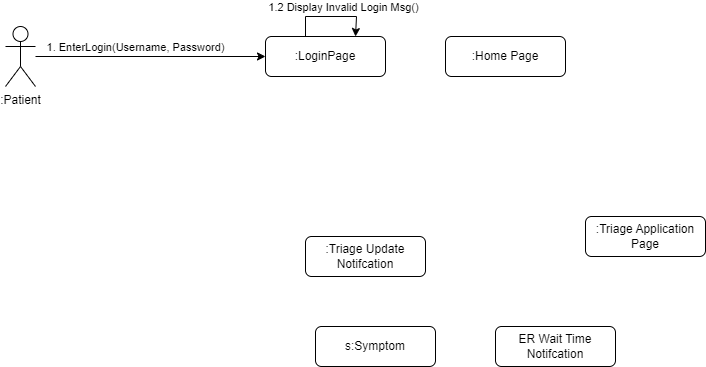
Above: Milestone2/Diagrams/pngs/CollaborativeDiagram.drawio.png in SENG-350-2024-fall/Team5 (draw.io), before the change. Source tidied: cells renumbered, new cells last; positions are measured from the earlier drawing's top-left corner, leaving out a move shared by most shapes.
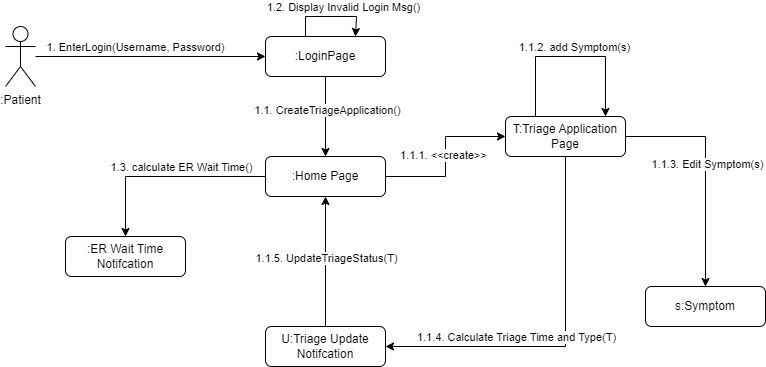
The same file after the commit.

What changed in the source:
```diff
@@ -21,28 +21,87 @@
         </Array>
       </mxGeometry>
     </mxCell>
-    <mxCell id="6" value="1.2 Display Invalid Login Msg()" style="edgeLabel;html=1;align=center;verticalAlign=middle;" parent="5" vertex="1">
+    <mxCell id="6" value="1.2. Display Invalid Login Msg()" style="edgeLabel;html=1;align=center;verticalAlign=middle;" parent="5" vertex="1">
       <mxGeometry x="0.25" y="3" relative="1" as="geometry">
         <mxPoint y="-7" as="offset" />
       </mxGeometry>
     </mxCell>
+    <mxCell id="13" style="edgeStyle=orthogonalEdgeStyle;rounded=0;jettySize=auto;html=1;entryX=0;entryY=0.5;entryDx=0;entryDy=0;exitX=1;exitY=0.5;exitDx=0;exitDy=0;" parent="1" edge="1" source="12" target="8">
+      <mxGeometry relative="1" as="geometry" />
+    </mxCell>
+    <mxCell id="14" value="1.1.1. &amp;lt;&amp;lt;create&amp;gt;&amp;gt;" style="edgeLabel;html=1;align=center;verticalAlign=middle;" parent="13" vertex="1">
+      <mxGeometry x="-0.06" y="3" relative="1" as="geometry">
+        <mxPoint y="-7" as="offset" />
+      </mxGeometry>
+    </mxCell>
     <mxCell id="7" value=":LoginPage" style="rounded=1;whiteSpace=wrap;html=1;fontSize=12;glass=0;strokeWidth=1;shadow=0;" parent="1" vertex="1">
       <mxGeometry x="260" y="20" width="120" height="40" as="geometry" />
     </mxCell>
+    <mxCell id="15" style="edgeStyle=orthogonalEdgeStyle;rounded=0;orthogonalLoop=1;jettySize=auto;html=1;entryX=0.833;entryY=0;entryDx=0;entryDy=0;entryPerimeter=0;" parent="1" edge="1" source="8" target="8">
+      <mxGeometry relative="1" as="geometry">
+        <Array as="points">
+          <mxPoint x="530" y="40" />
+          <mxPoint x="600" y="40" />
+        </Array>
+      </mxGeometry>
+    </mxCell>
+    <mxCell id="16" value="1.1.2. add Symptom(s)" style="edgeLabel;html=1;align=center;verticalAlign=middle;" parent="15" vertex="1">
+      <mxGeometry x="-0.16" y="-1" relative="1" as="geometry">
+        <mxPoint x="19" y="-11" as="offset" />
+      </mxGeometry>
+    </mxCell>
+    <mxCell id="17" style="edgeStyle=orthogonalEdgeStyle;rounded=0;jettySize=auto;html=1;entryX=0.5;entryY=0;entryDx=0;entryDy=0;" parent="1" edge="1" source="8" target="11">
+      <mxGeometry relative="1" as="geometry" />
+    </mxCell>
+    <mxCell id="18" value="1.1.3. Edit Symptom(s)" style="edgeLabel;html=1;align=center;verticalAlign=middle;" parent="17" vertex="1">
+      <mxGeometry x="-0.07" y="1" relative="1" as="geometry" />
+    </mxCell>
+    <mxCell id="19" style="edgeStyle=orthogonalEdgeStyle;rounded=0;jettySize=auto;html=1;entryX=1;entryY=0.5;entryDx=0;entryDy=0;" parent="1" edge="1" source="8" target="10">
+      <mxGeometry relative="1" as="geometry">
+        <Array as="points">
+          <mxPoint x="560" y="330" />
+        </Array>
+      </mxGeometry>
+    </mxCell>
+    <mxCell id="20" value="1.1.4. Calculate Triage Time and Type(T)" style="edgeLabel;html=1;align=center;verticalAlign=middle;" parent="19" vertex="1">
+      <mxGeometry x="0.43" y="-2" relative="1" as="geometry">
+        <mxPoint x="25" y="-8" as="offset" />
+      </mxGeometry>
+    </mxCell>
-    <mxCell id="8" value=":Triage Application Page" style="rounded=1;whiteSpace=wrap;html=1;fontSize=12;glass=0;strokeWidth=1;shadow=0;" parent="1" vertex="1">
-      <mxGeometry x="580" y="200" width="120" height="40" as="geometry" />
+    <mxCell id="8" value="T:Triage Application Page" style="rounded=1;whiteSpace=wrap;html=1;fontSize=12;glass=0;strokeWidth=1;shadow=0;" parent="1" vertex="1">
+      <mxGeometry x="500" y="100" width="120" height="40" as="geometry" />
     </mxCell>
-    <mxCell id="9" value="ER Wait Time Notifcation" style="rounded=1;whiteSpace=wrap;html=1;fontSize=12;glass=0;strokeWidth=1;shadow=0;" parent="1" vertex="1">
-      <mxGeometry x="490" y="310" width="120" height="40" as="geometry" />
+    <mxCell id="9" value=":ER Wait Time Notifcation" style="rounded=1;whiteSpace=wrap;html=1;fontSize=12;glass=0;strokeWidth=1;shadow=0;" parent="1" vertex="1">
+      <mxGeometry x="60" y="220" width="120" height="40" as="geometry" />
     </mxCell>
+    <mxCell id="21" style="edgeStyle=orthogonalEdgeStyle;rounded=0;jettySize=auto;html=1;entryX=0.5;entryY=1;entryDx=0;entryDy=0;" parent="1" edge="1" source="10" target="12">
+      <mxGeometry relative="1" as="geometry" />
+    </mxCell>
+    <mxCell id="22" value="1.1.5. UpdateTriageStatus(T)" style="edgeLabel;html=1;align=center;verticalAlign=middle;" parent="21" vertex="1">
+      <mxGeometry x="0.06" relative="1" as="geometry" />
+    </mxCell>
-    <mxCell id="10" value=":Triage Update Notifcation" style="rounded=1;whiteSpace=wrap;html=1;fontSize=12;glass=0;strokeWidth=1;shadow=0;" parent="1" vertex="1">
-      <mxGeometry x="300" y="220" width="120" height="40" as="geometry" />
+    <mxCell id="10" value="U:Triage Update Notifcation" style="rounded=1;whiteSpace=wrap;html=1;fontSize=12;glass=0;strokeWidth=1;shadow=0;" parent="1" vertex="1">
+      <mxGeometry x="260" y="310" width="120" height="40" as="geometry" />
     </mxCell>
     <mxCell id="11" value="s:Symptom" style="rounded=1;whiteSpace=wrap;html=1;fontSize=12;glass=0;strokeWidth=1;shadow=0;" parent="1" vertex="1">
-      <mxGeometry x="310" y="310" width="120" height="40" as="geometry" />
+      <mxGeometry x="640" y="270" width="120" height="40" as="geometry" />
     </mxCell>
+    <mxCell id="23" style="edgeStyle=orthogonalEdgeStyle;rounded=0;jettySize=auto;html=1;entryX=0.5;entryY=0;entryDx=0;entryDy=0;" parent="1" edge="1" source="12" target="9">
+      <mxGeometry relative="1" as="geometry" />
+    </mxCell>
+    <mxCell id="24" value="1.3. calculate ER Wait Time()" style="edgeLabel;html=1;align=center;verticalAlign=middle;" parent="23" vertex="1">
+      <mxGeometry x="0.1" y="2" relative="1" as="geometry">
+        <mxPoint x="25" y="-12" as="offset" />
+      </mxGeometry>
+    </mxCell>
     <mxCell id="12" value=":Home Page" style="rounded=1;whiteSpace=wrap;html=1;fontSize=12;glass=0;strokeWidth=1;shadow=0;" parent="1" vertex="1">
-      <mxGeometry x="440" y="20" width="120" height="40" as="geometry" />
+      <mxGeometry x="260" y="140" width="120" height="40" as="geometry" />
     </mxCell>
+    <mxCell id="25" style="edgeStyle=orthogonalEdgeStyle;rounded=0;jettySize=auto;html=1;entryX=0.5;entryY=0;entryDx=0;entryDy=0;" parent="1" edge="1" source="7" target="12">
+      <mxGeometry relative="1" as="geometry" />
+    </mxCell>
+    <mxCell id="26" value="1.1. CreateTriageApplication()" style="edgeLabel;html=1;align=center;verticalAlign=middle;" parent="25" vertex="1">
+      <mxGeometry x="-0.17" y="1" relative="1" as="geometry" />
+    </mxCell>
   </root>
 </mxGraphModel>
```
